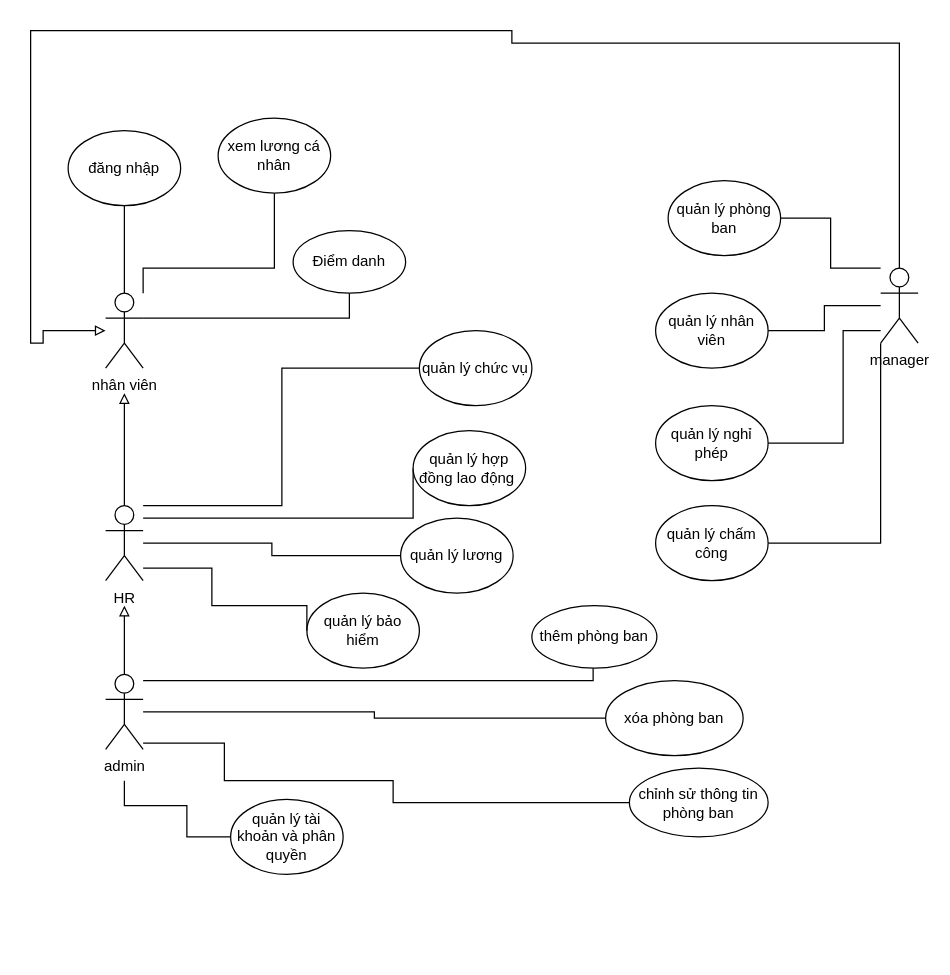
The draw.io diagram SoDoTongQuat.drawio in hoangda24312/Group4-DesigningSystem, before the edit. Source tidied: cells renumbered, new cells numbered last; positions are measured from the earlier drawing's top-left corner, leaving out a move shared by most shapes. Both pictures are drawn from the tidied source at 125%, with x=0, y=0 at pixel (30, 30).
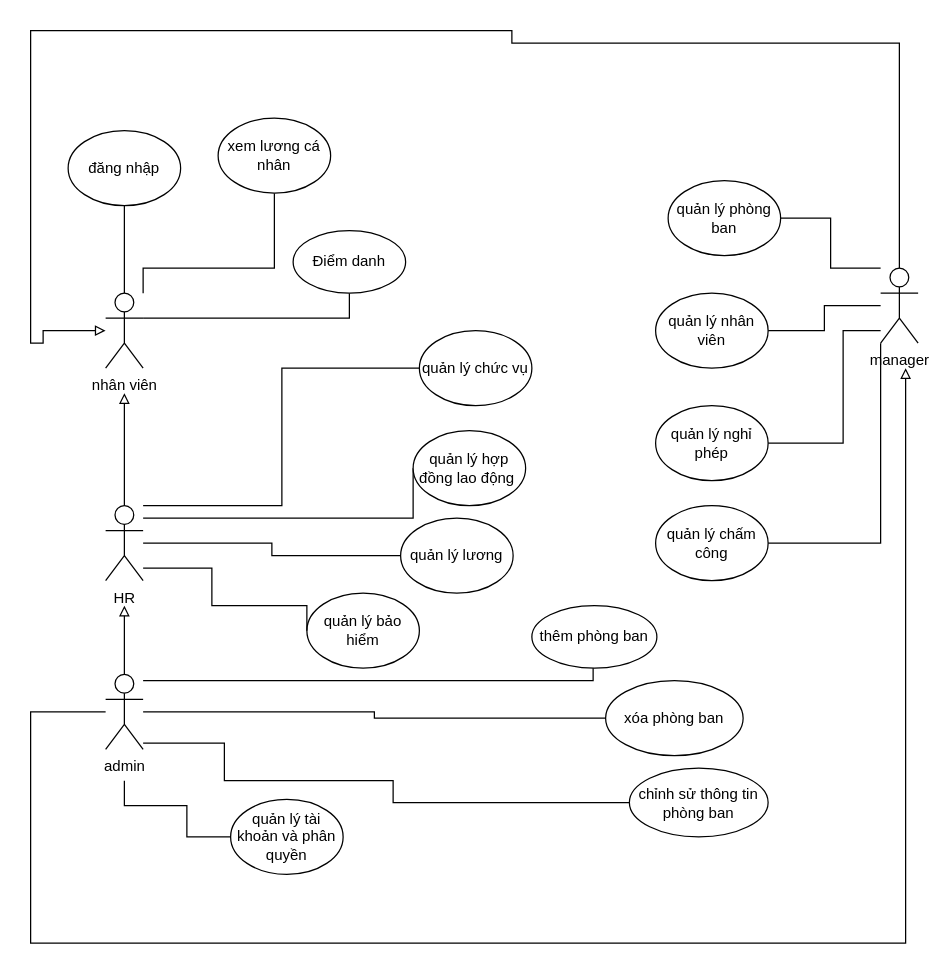
The same diagram, later.

Commit message:
*sua thieu de quy admin

The change refers to these unchanged cells:
```xml
<mxCell id="7" value="admin" style="shape=umlActor;verticalLabelPosition=bottom;verticalAlign=top;html=1;outlineConnect=0;" parent="1" vertex="1">
  <mxGeometry x="60" y="515" width="30" height="60" as="geometry" />
</mxCell>
```

The edit, as a diff of the source:
```diff
@@
+    <mxCell id="39" style="edgeStyle=orthogonalEdgeStyle;rounded=0;jettySize=auto;html=1;endArrow=block;endFill=0;" parent="1" edge="1" source="7">
+      <mxGeometry relative="1" as="geometry">
+        <mxPoint x="700" y="270" as="targetPoint" />
+        <Array as="points">
+          <mxPoint y="545" />
+          <mxPoint y="730" />
+          <mxPoint x="700" y="730" />
+        </Array>
+      </mxGeometry>
+    </mxCell>
```
